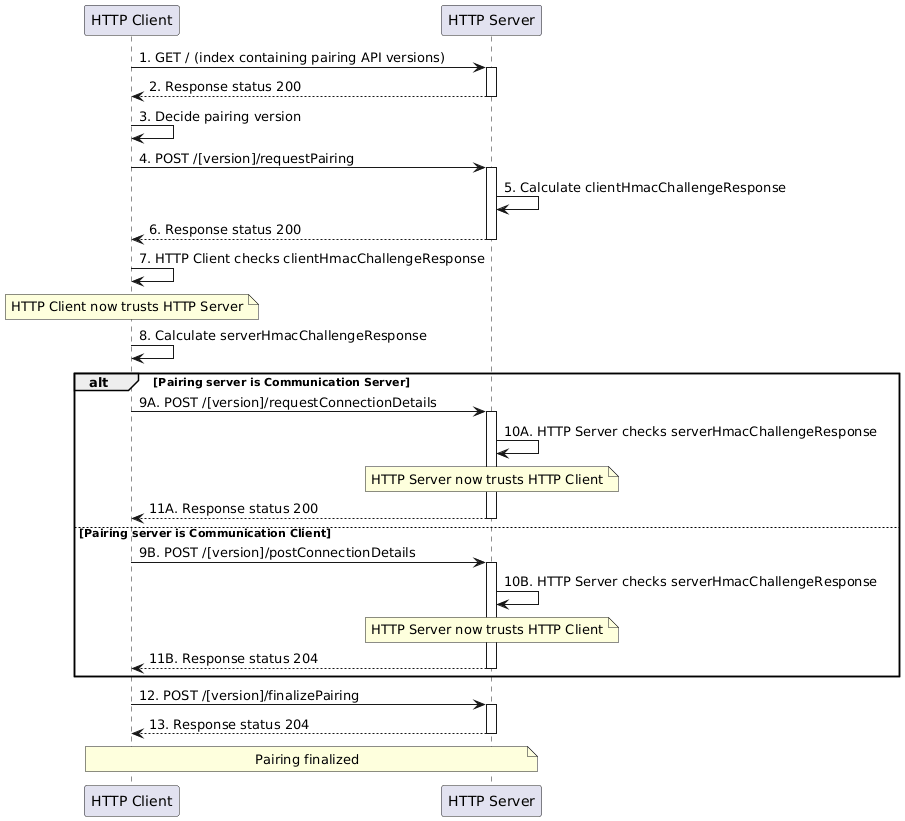
Above: website/static/img/communication-layer/pairing_http_process.png in flexiblepower/s2-documentation (PlantUML), before the change.
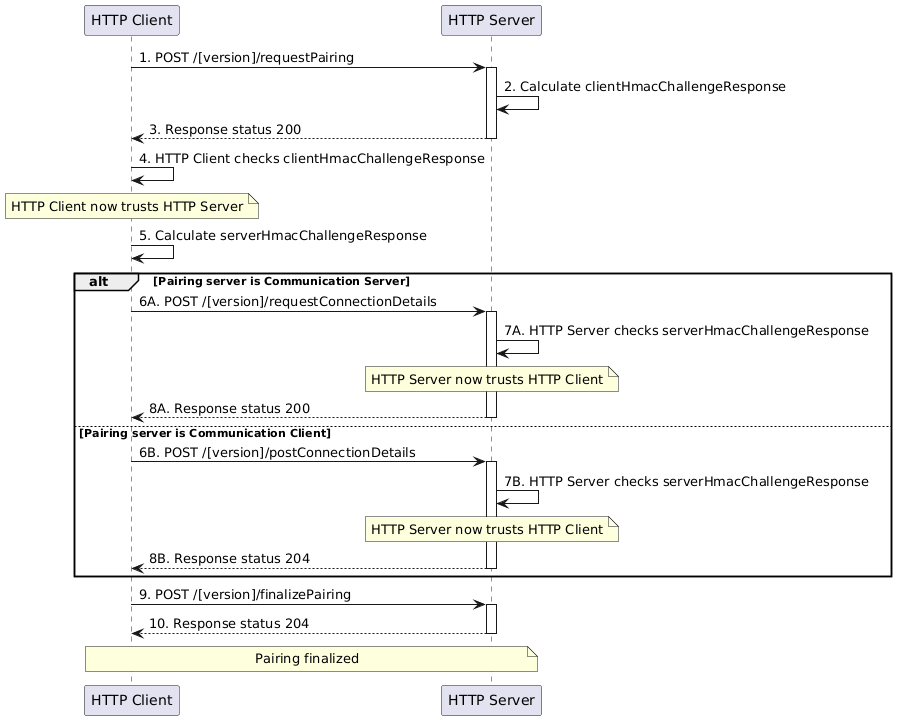
After the commit.

The edit, as a diff of the source:
```diff
@@ -2,41 +2,36 @@
 participant "HTTP Client" as Client
 participant "HTTP Server" as Server
 
-Client->Server++: 1. GET / (index containing pairing API versions)
-Server-->Client: 2. Response status 200
-deactivate Server
-Client->Client: 3. Decide pairing version
-
-Client->Server: 4. POST /[version]/requestPairing
+Client->Server: 1. POST /[version]/requestPairing
 activate Server
-Server->Server: 5. Calculate clientHmacChallengeResponse
-Server-->Client: 6. Response status 200
+Server->Server: 2. Calculate clientHmacChallengeResponse
+Server-->Client: 3. Response status 200
 deactivate Server
 
-Client->Client: 7. HTTP Client checks clientHmacChallengeResponse
+Client->Client: 4. HTTP Client checks clientHmacChallengeResponse
 
 Note over Client: HTTP Client now trusts HTTP Server
 
-Client->Client: 8. Calculate serverHmacChallengeResponse
+Client->Client: 5. Calculate serverHmacChallengeResponse
 
 alt Pairing server is Communication Server
-    Client->Server: 9A. POST /[version]/requestConnectionDetails
+    Client->Server: 6A. POST /[version]/requestConnectionDetails
     activate Server
-    Server->Server: 10A. HTTP Server checks serverHmacChallengeResponse
+    Server->Server: 7A. HTTP Server checks serverHmacChallengeResponse
     Note over Server: HTTP Server now trusts HTTP Client
-    Server-->Client: 11A. Response status 200
+    Server-->Client: 8A. Response status 200
     deactivate Server
 else Pairing server is Communication Client
-    Client->Server: 9B. POST /[version]/postConnectionDetails
+    Client->Server: 6B. POST /[version]/postConnectionDetails
     activate Server
-    Server->Server: 10B. HTTP Server checks serverHmacChallengeResponse
+    Server->Server: 7B. HTTP Server checks serverHmacChallengeResponse
     Note over Server: HTTP Server now trusts HTTP Client
-    Server-->Client: 11B. Response status 204
+    Server-->Client: 8B. Response status 204
     deactivate Server
 end
 
-Client->Server++: 12. POST /[version]/finalizePairing
-Server-->Client: 13. Response status 204
+Client->Server++: 9. POST /[version]/finalizePairing
+Server-->Client: 10. Response status 204
 deactivate Server
 
 Note over Client, Server: Pairing finalized
```
